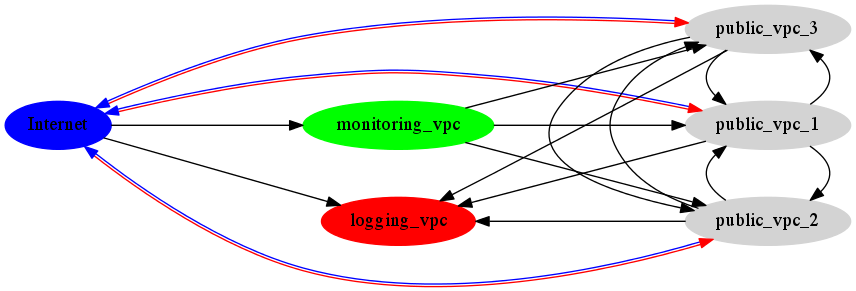
jpancoast/cloudsetup keeps this Graphviz diagram as docs/overall_layout.png. Above is the earlier version. Its source is kept beside it as docs/overall_layout.dot.
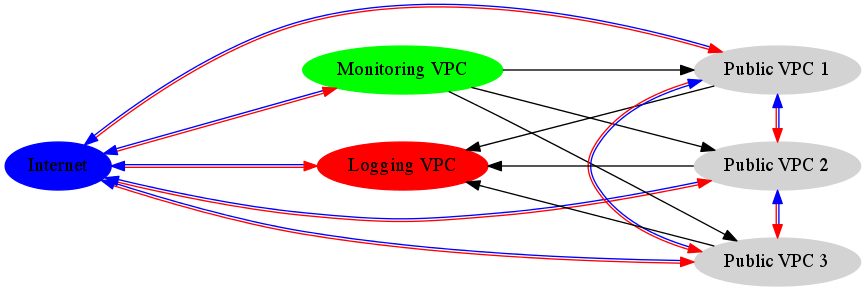
After the commit.

Commit message:
better strings

Diff of the diagram source:
```diff
@@ -3,57 +3,50 @@
     rankdir = LR
 
     Internet [ color = blue, style = filled ]
-    monitoring_vpc [ color = green, style = filled ]
-    logging_vpc [ color = red, style = filled ]
+    "Monitoring VPC" [ color = green, style = filled ]
+    "Logging VPC" [ color = red, style = filled ]
 
-    public_vpc_1 [ color = lightgray, style = filled ]
-    public_vpc_2 [ color = lightgray, style = filled ]
-    public_vpc_3 [ color = lightgray, style = filled ]
+    "Public VPC 1" [ color = lightgray, style = filled ]
+    "Public VPC 2" [ color = lightgray, style = filled ]
+    "Public VPC 3" [ color = lightgray, style = filled ]
 
     ranksep = 2.0
     nodesep = .5
 
-    Internet -> public_vpc_1 [dir=both color="red:blue"];
-    Internet -> public_vpc_2 [dir=both color="red:blue"];
-    Internet -> public_vpc_3 [dir=both color="red:blue"];
+    Internet -> "Public VPC 1" [dir=both color="red:blue"];
+    Internet -> "Public VPC 2" [dir=both color="red:blue"];
+    Internet -> "Public VPC 3" [dir=both color="red:blue"];
 
     {
         rank = same;
         Internet;
     }
 
-
-
     {
         rank = same;
-        public_vpc_1; public_vpc_2; public_vpc_3;
+        "Public VPC 1"; "Public VPC 2"; "Public VPC 3";
     }
 
 
     {
         rank = same;
-        monitoring_vpc; logging_vpc;
+        "Monitoring VPC"; "Logging VPC";
     }
 
 
-    Internet -> monitoring_vpc;
-    Internet -> logging_vpc;
+    Internet -> "Monitoring VPC" [dir=both color="red:blue"];
+    Internet -> "Logging VPC" [dir=both color="red:blue"];
 
-    monitoring_vpc -> public_vpc_1;
-    monitoring_vpc -> public_vpc_2;
-    monitoring_vpc -> public_vpc_3;
+    "Monitoring VPC" -> "Public VPC 1";
+    "Monitoring VPC" -> "Public VPC 2";
+    "Monitoring VPC" -> "Public VPC 3";
 
-    public_vpc_1 -> logging_vpc;
-    public_vpc_2 -> logging_vpc;
-    public_vpc_3 -> logging_vpc;
+    "Public VPC 1" -> "Logging VPC";
+    "Public VPC 2" -> "Logging VPC";
+    "Public VPC 3" -> "Logging VPC";
 
 
-    public_vpc_1 -> public_vpc_2;
-    public_vpc_1 -> public_vpc_3;
-
-    public_vpc_2 -> public_vpc_1;
-    public_vpc_2 -> public_vpc_3;
-
-    public_vpc_3 -> public_vpc_1;
-    public_vpc_3 -> public_vpc_2;
+    "Public VPC 1" -> "Public VPC 2" [dir=both color="red:blue"];
+    "Public VPC 1" -> "Public VPC 3" [dir=both color="red:blue"];
+    "Public VPC 2" -> "Public VPC 3" [dir=both color="red:blue"];
 }
```
